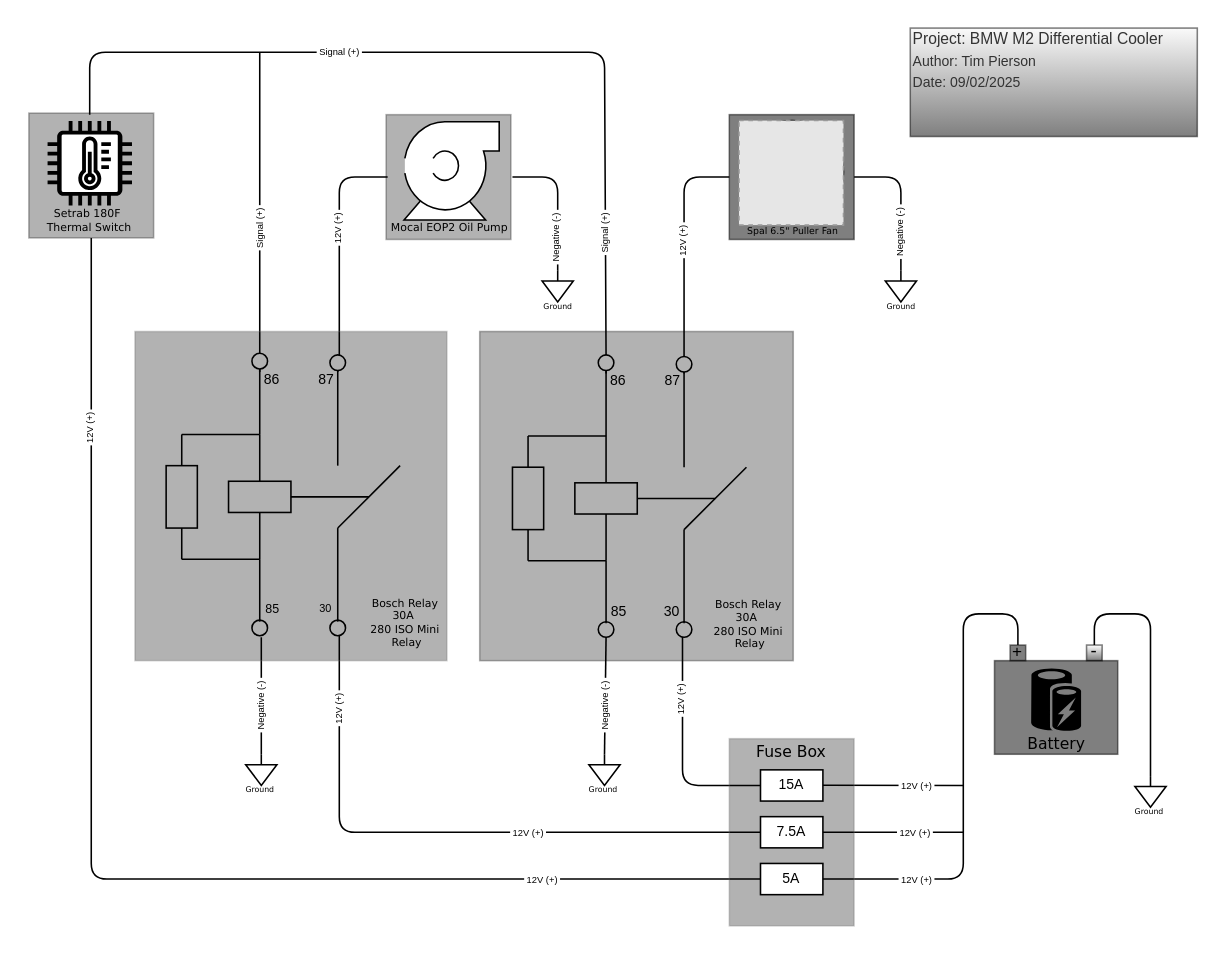
This is Diff_cooler_wiring_diagram.drawio from tpierso/BMW-M2-F87-Differential-Cooler-Project, a draw.io file, before an edit. Source tidied: cells renumbered, new cells numbered last; positions are measured from the earlier drawing's top-left corner, leaving out a move shared by most shapes. Both pictures are drawn from the tidied source at 156%, with x=0, y=0 at pixel (27, 27). Pictures stored in the file or linked from it are replaced by grey dashed boxes.
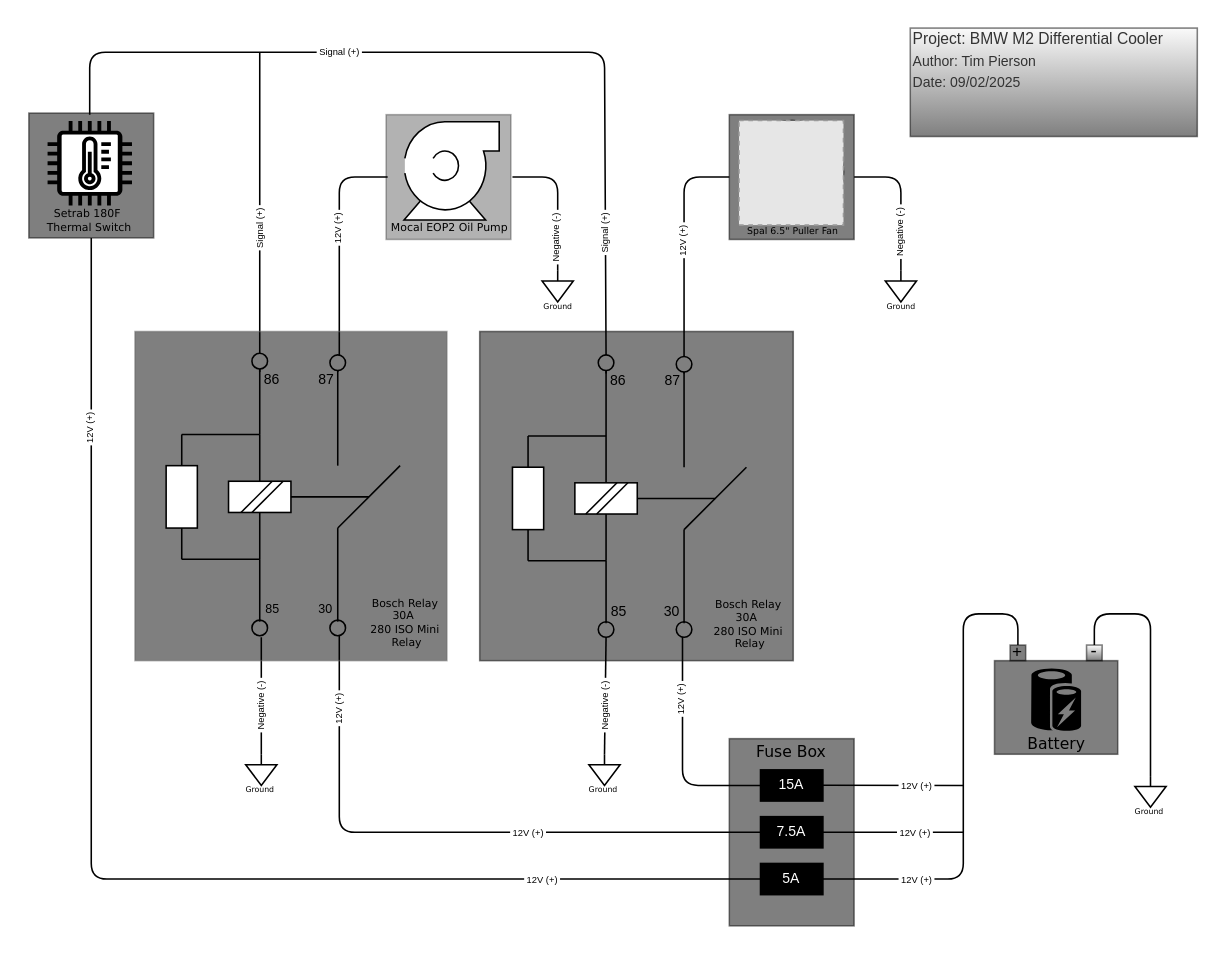
The same page after the edit.

Unchanged cells that the change refers to:
```xml
<mxCell id="44" style="group;" parent="1" vertex="1">
  <mxGeometry y="55" width="81" height="80" as="geometry" />
</mxCell>
<mxCell id="49" style="group;" parent="1" vertex="1">
  <mxGeometry x="450" y="456" width="80" height="120" as="geometry" />
</mxCell>
<mxCell id="61" style="group;" parent="1" vertex="1">
  <mxGeometry x="69" y="195" width="200" height="211" as="geometry" />
</mxCell>
```

Change to the diagram source:
```diff
@@
-    <mxCell id="45" style="rounded=0;whiteSpace=wrap;html=1;fillColor=light-dark(#FFFFFF,#FFFFFF);gradientColor=light-dark(#000000,#000000);opacity=30;" parent="44" vertex="1">
+    <mxCell id="45" style="rounded=0;whiteSpace=wrap;html=1;fillColor=light-dark(#FFFFFF,#FFFFFF);gradientColor=light-dark(#000000,#000000);opacity=50;" parent="44" vertex="1">
       <mxGeometry x="1" width="80" height="80" as="geometry" />
     </mxCell>
@@
-    <mxCell id="50" style="rounded=0;whiteSpace=wrap;html=1;fillColor=light-dark(#FFFFFF,#FFFFFF);gradientColor=#b3b3b3;strokeColor=#666666;opacity=30;" parent="49" vertex="1">
+    <mxCell id="50" style="rounded=0;whiteSpace=wrap;html=1;fillColor=light-dark(#FFFFFF,#FFFFFF);gradientColor=light-dark(#000000,#000000);strokeColor=light-dark(#000000,#000000);opacity=50;" parent="49" vertex="1">
       <mxGeometry width="80" height="120" as="geometry" />
     </mxCell>
-    <mxCell id="51" value="15A" style="rounded=0;whiteSpace=wrap;html=1;fontSize=9;" parent="49" vertex="1">
+    <mxCell id="51" value="15A" style="rounded=0;whiteSpace=wrap;html=1;fontSize=9;fillColor=light-dark(#000000,#000000);fontColor=light-dark(#FFFFFF,#FFFFFF);" parent="49" vertex="1">
       <mxGeometry x="20" y="20" width="40" height="20" as="geometry" />
     </mxCell>
-    <mxCell id="52" value="7.5A" style="rounded=0;whiteSpace=wrap;html=1;fontSize=9;" parent="49" vertex="1">
+    <mxCell id="52" value="7.5A" style="rounded=0;whiteSpace=wrap;html=1;fontSize=9;fillStyle=solid;fillColor=light-dark(#000000,#000000);fontColor=light-dark(#FFFFFF,#FFFFFF);" parent="49" vertex="1">
       <mxGeometry x="20" y="50" width="40" height="20" as="geometry" />
     </mxCell>
-    <mxCell id="53" value="5A" style="rounded=0;whiteSpace=wrap;html=1;fontSize=9;" parent="49" vertex="1">
+    <mxCell id="53" value="5A" style="rounded=0;whiteSpace=wrap;html=1;fontSize=9;fillStyle=solid;fillColor=#000000;fontColor=light-dark(#FFFFFF,#FFFFFF);" parent="49" vertex="1">
       <mxGeometry x="20" y="80" width="40" height="20" as="geometry" />
     </mxCell>
@@
-    <mxCell id="62" style="rounded=0;whiteSpace=wrap;html=1;fillColor=light-dark(#FFFFFF,#FFFFFF);gradientColor=light-dark(#000000,#000000);strokeColor=#666666;opacity=30;" parent="61" vertex="1">
+    <mxCell id="62" style="rounded=0;whiteSpace=wrap;html=1;fillColor=light-dark(#FFFFFF,#FFFFFF);gradientColor=light-dark(#000000,#000000);strokeColor=#666666;opacity=50;" parent="61" vertex="1">
       <mxGeometry width="200" height="211" as="geometry" />
     </mxCell>
-    <mxCell id="63" style="rounded=0;whiteSpace=wrap;html=1;fillStyle=solid;fillColor=none;gradientColor=none;gradientDirection=north;" parent="61" vertex="1">
+    <mxCell id="63" style="rounded=0;whiteSpace=wrap;html=1;fillStyle=solid;fillColor=light-dark(#FFFFFF,#FFFFFF);gradientColor=none;gradientDirection=north;strokeWidth=1;" parent="61" vertex="1">
       <mxGeometry x="60" y="96" width="40" height="20" as="geometry" />
     </mxCell>
@@
-    <mxCell id="73" style="rounded=0;whiteSpace=wrap;html=1;fillColor=none;" parent="61" vertex="1">
+    <mxCell id="73" style="rounded=0;whiteSpace=wrap;html=1;fillColor=light-dark(#FFFFFF,#FFFFFF);" parent="61" vertex="1">
       <mxGeometry x="20" y="86" width="20" height="40" as="geometry" />
     </mxCell>
@@
-    <mxCell id="84" value="&lt;font&gt;30&lt;/font&gt;" style="text;html=1;align=center;verticalAlign=middle;whiteSpace=wrap;rounded=0;fontSize=7;" parent="61" vertex="1">
+    <mxCell id="84" value="&lt;font&gt;30&lt;/font&gt;" style="text;html=1;align=center;verticalAlign=middle;whiteSpace=wrap;rounded=0;fontSize=8;" parent="61" vertex="1">
       <mxGeometry x="115" y="171" width="15" height="14" as="geometry" />
     </mxCell>
@@
+    <mxCell id="121" style="endArrow=none;html=1;rounded=0;exitX=0.25;exitY=1;exitDx=0;exitDy=0;entryX=0.75;entryY=0;entryDx=0;entryDy=0;strokeColor=light-dark(#000000,#000000);startSize=6;endSize=6;" parent="61" edge="1">
+      <mxGeometry relative="1" as="geometry">
+        <mxPoint x="68" y="116" as="sourcePoint" />
+        <mxPoint x="88" y="96" as="targetPoint" />
+      </mxGeometry>
+    </mxCell>
-    <mxCell id="89" style="group;opacity=50;fillColor=none;" parent="1" vertex="1">
+    <mxCell id="89" style="group;opacity=50;fillColor=none;fillStyle=solid;" parent="1" vertex="1">
       <mxGeometry x="290" y="195" width="201" height="211" as="geometry" />
     </mxCell>
-    <mxCell id="90" style="rounded=0;whiteSpace=wrap;html=1;fillColor=light-dark(#000000,#1A1A1A);gradientColor=#000000;strokeColor=#000000;opacity=30;" parent="89" vertex="1">
+    <mxCell id="90" style="rounded=0;whiteSpace=wrap;html=1;fillColor=light-dark(#FFFFFF,#FFFFFF);gradientColor=light-dark(#000000,#FFFFFF);strokeColor=#000000;opacity=50;" parent="89" vertex="1">
       <mxGeometry width="201" height="211" as="geometry" />
     </mxCell>
-    <mxCell id="91" style="rounded=0;whiteSpace=wrap;html=1;fillColor=none;" parent="89" vertex="1">
+    <mxCell id="91" style="rounded=0;whiteSpace=wrap;html=1;fillColor=light-dark(#FFFFFF,#000000);strokeColor=light-dark(#000000,#000000);gradientColor=none;fillStyle=solid;" parent="89" vertex="1">
       <mxGeometry x="61" y="97" width="40" height="20" as="geometry" />
     </mxCell>
@@
-    <mxCell id="101" style="rounded=0;whiteSpace=wrap;html=1;fillStyle=auto;fillColor=none;" parent="89" vertex="1">
+    <mxCell id="101" style="rounded=0;whiteSpace=wrap;html=1;fillStyle=auto;fillColor=light-dark(#FFFFFF,#FFFFFF);strokeColor=light-dark(#000000,#000000);" parent="89" vertex="1">
       <mxGeometry x="21" y="87" width="20" height="40" as="geometry" />
     </mxCell>
@@
-    <mxCell id="116" value="&lt;div&gt;Bosch Relay&lt;/div&gt;&lt;div&gt;30A&amp;nbsp;&lt;/div&gt;&lt;div&gt;280 ISO Mini&lt;/div&gt;&lt;div&gt;&amp;nbsp;Relay&lt;/div&gt;" style="text;html=1;align=center;verticalAlign=middle;rounded=0;fontSize=7;fontStyle=0;fontFamily=Verdana;labelPosition=center;verticalLabelPosition=middle;" parent="89" vertex="1">
+    <mxCell id="116" value="&lt;div&gt;Bosch Relay&lt;/div&gt;&lt;div&gt;30A&amp;nbsp;&lt;/div&gt;&lt;div&gt;280 ISO Mini&lt;/div&gt;&lt;div&gt;&amp;nbsp;Relay&lt;/div&gt;" style="text;html=1;align=center;verticalAlign=middle;rounded=1;fontSize=7;fontStyle=0;fontFamily=Verdana;labelPosition=center;verticalLabelPosition=middle;fillColor=none;glass=0;" parent="89" vertex="1">
       <mxGeometry x="147" y="167" width="50" height="41" as="geometry" />
     </mxCell>
@@
+    <mxCell id="122" style="endArrow=none;html=1;rounded=0;exitX=0.25;exitY=1;exitDx=0;exitDy=0;entryX=0.75;entryY=0;entryDx=0;entryDy=0;strokeColor=light-dark(#000000,#000000);startSize=6;endSize=6;" parent="1" edge="1">
+      <mxGeometry relative="1" as="geometry">
+        <mxPoint x="144" y="311" as="sourcePoint" />
+        <mxPoint x="164" y="291" as="targetPoint" />
+      </mxGeometry>
+    </mxCell>
+    <mxCell id="123" style="endArrow=none;html=1;rounded=0;exitX=0.25;exitY=1;exitDx=0;exitDy=0;entryX=0.75;entryY=0;entryDx=0;entryDy=0;strokeColor=light-dark(#000000,#000000);startSize=6;endSize=6;" parent="1" edge="1">
+      <mxGeometry relative="1" as="geometry">
+        <mxPoint x="358" y="312" as="sourcePoint" />
+        <mxPoint x="378" y="292" as="targetPoint" />
+      </mxGeometry>
+    </mxCell>
+    <mxCell id="124" style="endArrow=none;html=1;rounded=0;exitX=0.25;exitY=1;exitDx=0;exitDy=0;entryX=0.75;entryY=0;entryDx=0;entryDy=0;strokeColor=light-dark(#000000,#000000);startSize=6;endSize=6;" parent="1" edge="1">
+      <mxGeometry relative="1" as="geometry">
+        <mxPoint x="365" y="312" as="sourcePoint" />
+        <mxPoint x="385" y="292" as="targetPoint" />
+      </mxGeometry>
+    </mxCell>
```
